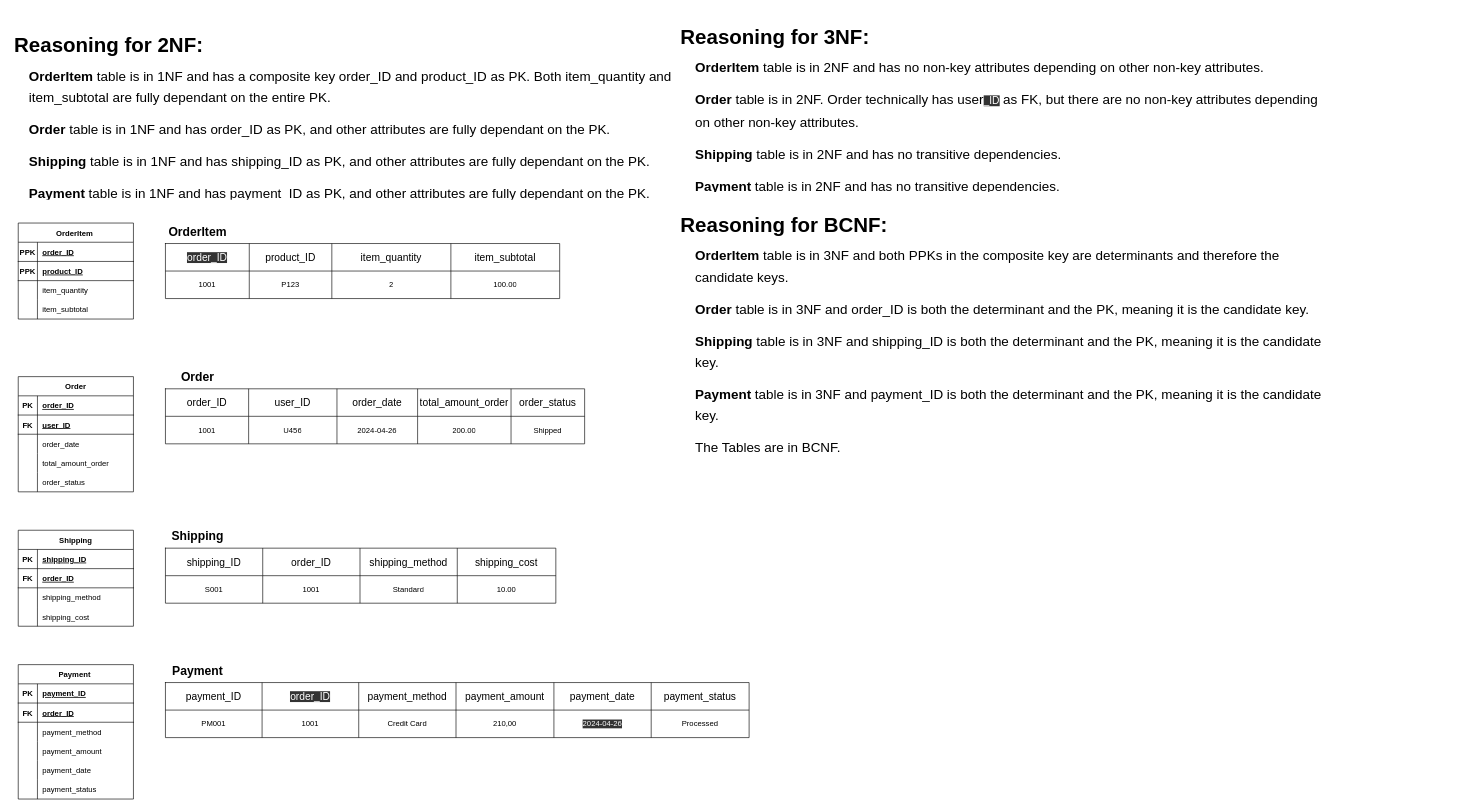
This is page "ItemOrder, Order, Payment, Shipment 2NF, 3NF, BCNF" (8 of 8) of database-models/ER_models_final.drawio from emilkle/electromart-ecom-website, a draw.io file, before an edit. Source tidied: cells renumbered, new cells numbered last; positions are measured from the earlier drawing's top-left corner, leaving out a move shared by most shapes. Both pictures are drawn from the tidied source at 64%, with x=0, y=0 at pixel (11, 17).
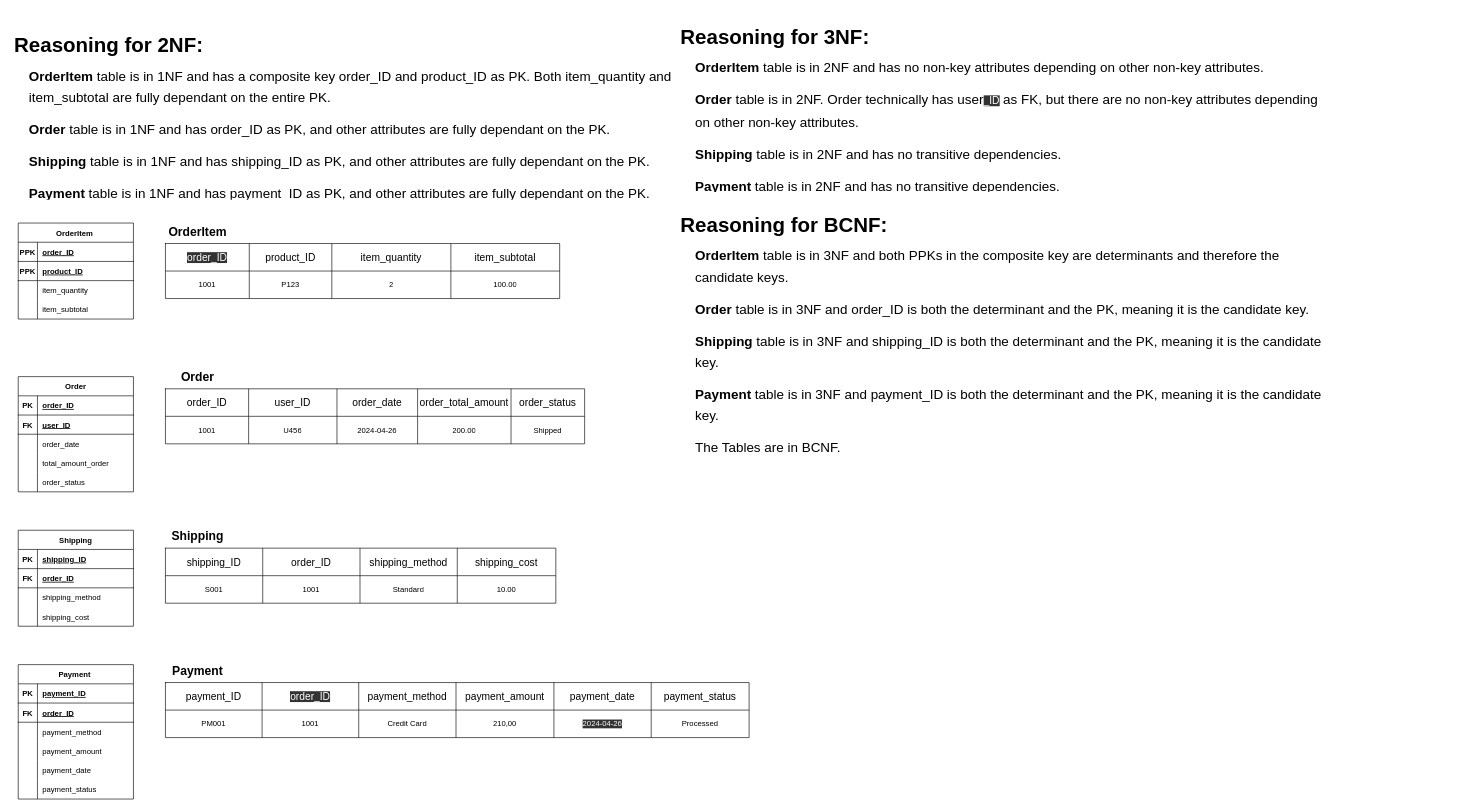
After the change.

The change refers to these unchanged cells:
```xml
<mxCell id="76" style="shape=tableRow;horizontal=0;startSize=0;swimlaneHead=0;swimlaneBody=0;top=0;left=0;bottom=0;right=0;fillColor=none;fontSize=16;" parent="75" vertex="1">
  <mxGeometry width="655" height="43" as="geometry" />
</mxCell>
```

What changed in the source:
```diff
@@
-    <mxCell id="80" value="&lt;span style=&quot;font-size: 16px;&quot;&gt;total_amount_order&lt;/span&gt;" style="shape=partialRectangle;html=1;whiteSpace=wrap;fillColor=none;top=0;left=0;bottom=0;right=0;overflow=hidden;" parent="76" vertex="1">
+    <mxCell id="80" value="&lt;span style=&quot;font-size: 16px;&quot;&gt;order_total_amount&lt;/span&gt;" style="shape=partialRectangle;html=1;whiteSpace=wrap;fillColor=none;top=0;left=0;bottom=0;right=0;overflow=hidden;" parent="76" vertex="1">
       <mxGeometry x="394" width="146" height="43" as="geometry" />
     </mxCell>
```
